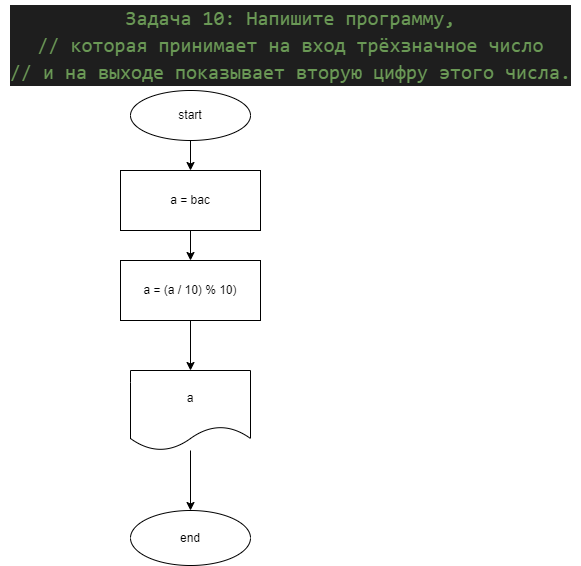
This is homework002/ex08/diagram08.drawio.png from AlexandrDormidontov/csharphome, a draw.io export, as it was before one commit. Source tidied: cells renumbered, new cells last; positions are measured from the earlier drawing's top-left corner, leaving out a move shared by most shapes. Source of this version:
```xml
<mxGraphModel>
  <root>
    <mxCell id="0" />
    <mxCell id="1" parent="0" />
    <mxCell id="2" value="&lt;div style=&quot;color: rgb(212 , 212 , 212) ; background-color: rgb(30 , 30 , 30) ; font-family: &amp;#34;consolas&amp;#34; , &amp;#34;courier new&amp;#34; , monospace ; font-size: 20px ; line-height: 27px&quot;&gt;&lt;div&gt;&lt;span style=&quot;color: #6a9955&quot;&gt;Задача 10: Напишите программу,&lt;/span&gt;&lt;/div&gt;&lt;div&gt;&lt;span style=&quot;color: #6a9955&quot;&gt;// которая принимает на вход трёхзначное число&lt;/span&gt;&lt;/div&gt;&lt;div&gt;&lt;span style=&quot;color: #6a9955&quot;&gt;// и на выходе показывает вторую цифру этого числа.&lt;/span&gt;&lt;/div&gt;&lt;/div&gt;" style="text;html=1;align=center;verticalAlign=middle;strokeColor=none;fillColor=none;" parent="1" vertex="1">
      <mxGeometry width="580" height="90" as="geometry" />
    </mxCell>
    <mxCell id="3" style="edgeStyle=none;html=1;" parent="1" edge="1" source="4" target="6">
      <mxGeometry relative="1" as="geometry" />
    </mxCell>
    <mxCell id="4" value="start" style="ellipse;whiteSpace=wrap;html=1;" parent="1" vertex="1">
      <mxGeometry x="130" y="90" width="120" height="50" as="geometry" />
    </mxCell>
    <mxCell id="5" style="edgeStyle=none;html=1;" parent="1" edge="1" source="6" target="8">
      <mxGeometry relative="1" as="geometry" />
    </mxCell>
    <mxCell id="6" value="a = bac" style="rounded=0;whiteSpace=wrap;html=1;" parent="1" vertex="1">
      <mxGeometry x="120" y="170" width="140" height="60" as="geometry" />
    </mxCell>
    <mxCell id="7" style="edgeStyle=none;html=1;" parent="1" edge="1" source="8" target="10">
      <mxGeometry relative="1" as="geometry" />
    </mxCell>
    <mxCell id="8" value="a = (a / 10) % 10)" style="rounded=0;whiteSpace=wrap;html=1;" parent="1" vertex="1">
      <mxGeometry x="120" y="260" width="140" height="60" as="geometry" />
    </mxCell>
    <mxCell id="9" style="edgeStyle=none;html=1;" parent="1" edge="1" source="10" target="11">
      <mxGeometry relative="1" as="geometry" />
    </mxCell>
    <mxCell id="10" value="a" style="shape=document;whiteSpace=wrap;html=1;boundedLbl=1;" parent="1" vertex="1">
      <mxGeometry x="130" y="370" width="120" height="80" as="geometry" />
    </mxCell>
    <mxCell id="11" value="end" style="ellipse;whiteSpace=wrap;html=1;" parent="1" vertex="1">
      <mxGeometry x="130" y="510" width="120" height="55" as="geometry" />
    </mxCell>
  </root>
</mxGraphModel>
```
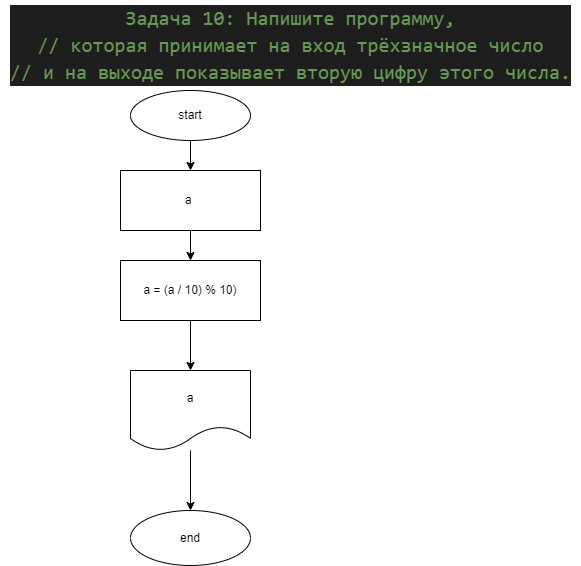
After the commit.

The edit, as a diff of the source:
```diff
@@ -14,7 +14,7 @@
     <mxCell id="5" style="edgeStyle=none;html=1;" parent="1" edge="1" source="6" target="8">
       <mxGeometry relative="1" as="geometry" />
     </mxCell>
-    <mxCell id="6" value="a = bac" style="rounded=0;whiteSpace=wrap;html=1;" parent="1" vertex="1">
+    <mxCell id="6" value="a&amp;nbsp;" style="rounded=0;whiteSpace=wrap;html=1;" parent="1" vertex="1">
       <mxGeometry x="120" y="170" width="140" height="60" as="geometry" />
     </mxCell>
     <mxCell id="7" style="edgeStyle=none;html=1;" parent="1" edge="1" source="8" target="10">
```
